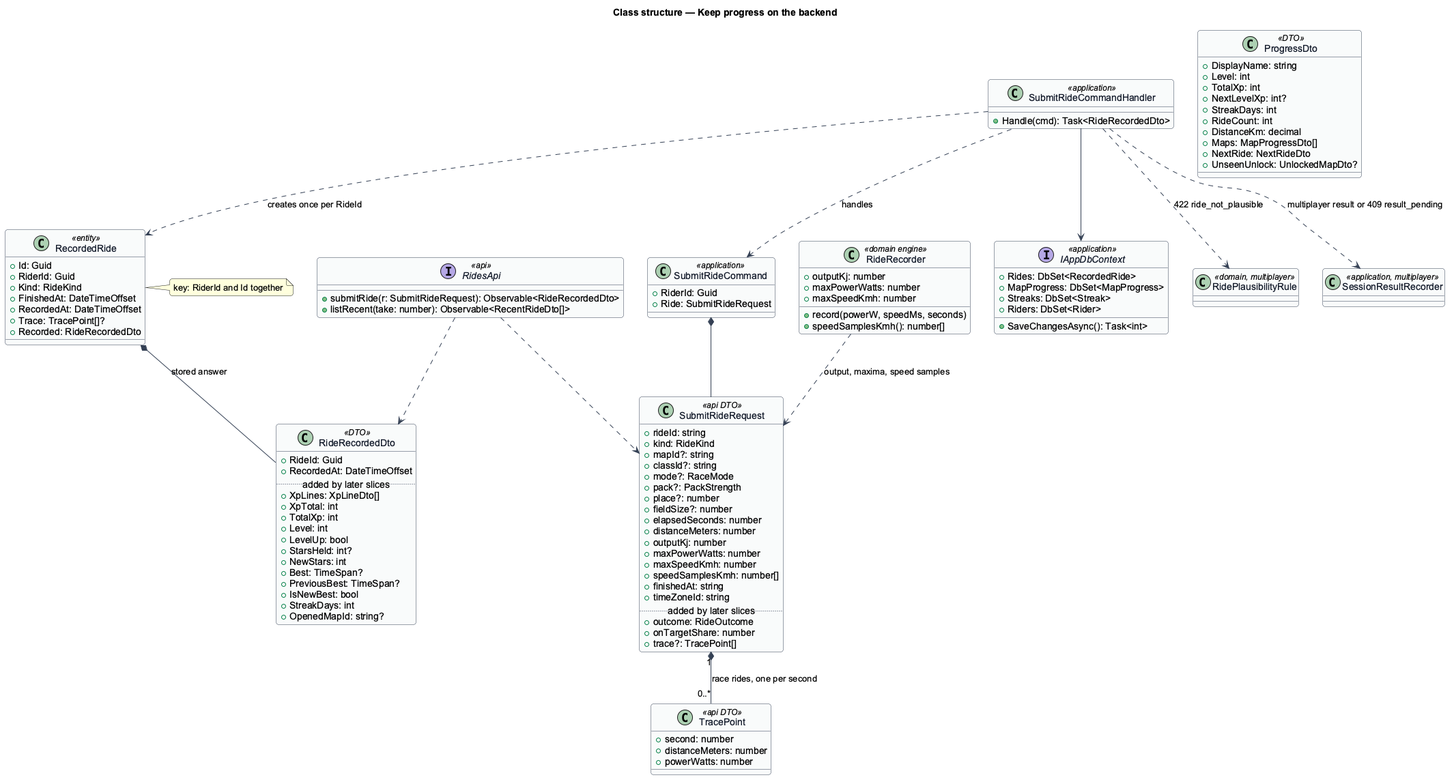
This is docs/detailed-designs/progression/keep-progress-on-the-backend/diagrams/class-structure.png from QuinntyneBrown/ride-one, a PlantUML export, as it was before one commit.
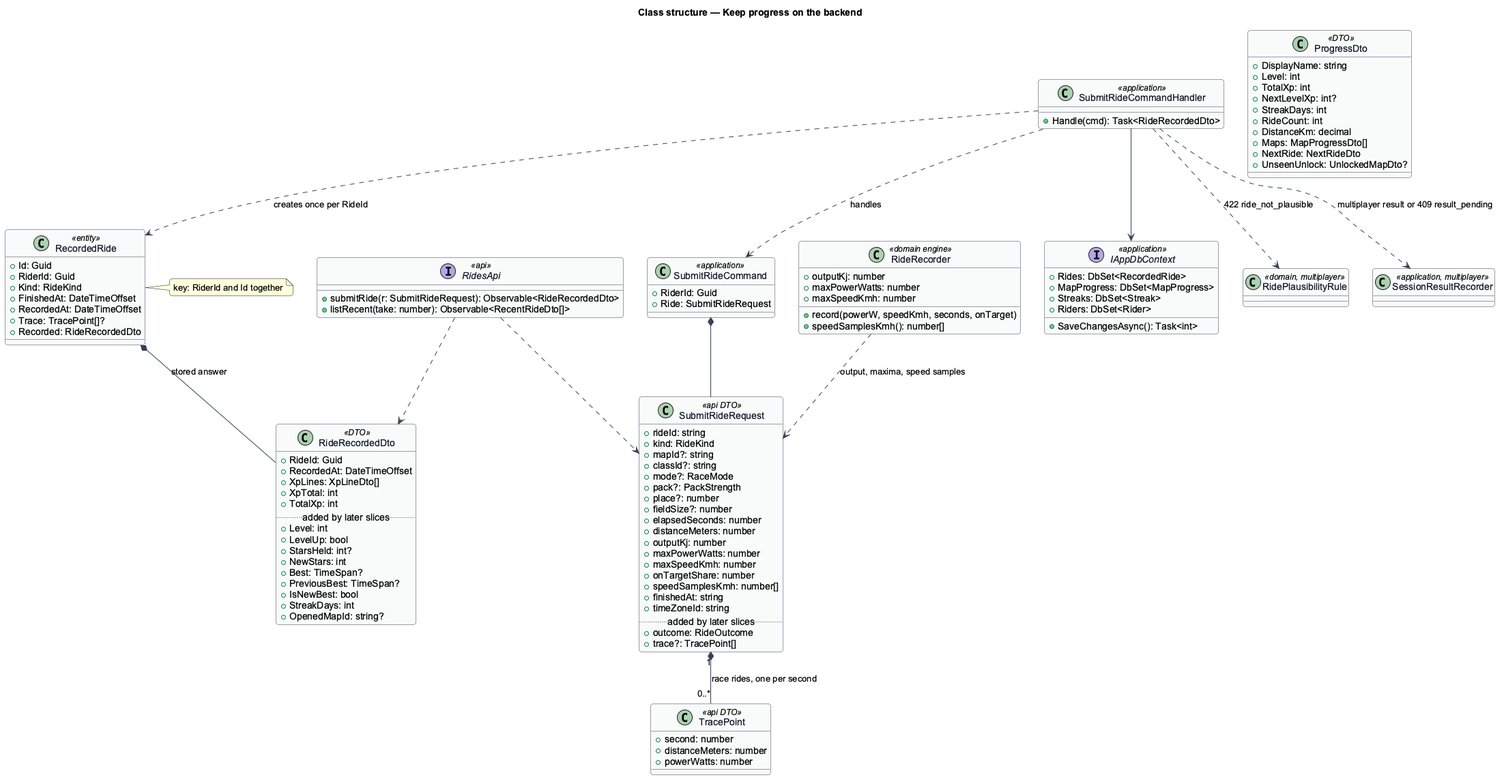
Above is the later version.

Diff of the diagram source:
```diff
@@ -24,16 +24,16 @@
   +outputKj: number
   +maxPowerWatts: number
   +maxSpeedKmh: number
+  +onTargetShare: number
   +speedSamplesKmh: number[]
   +finishedAt: string
   +timeZoneId: string
   .. added by later slices ..
   +outcome: RideOutcome
-  +onTargetShare: number
   +trace?: TracePoint[]
 }
 class RideRecorder <<domain engine>> {
-  +record(powerW, speedMs, seconds)
+  +record(powerW, speedKmh, seconds, onTarget)
   +outputKj: number
   +maxPowerWatts: number
   +maxSpeedKmh: number
@@ -64,10 +64,10 @@
 class RideRecordedDto <<DTO>> {
   +RideId: Guid
   +RecordedAt: DateTimeOffset
-  .. added by later slices ..
   +XpLines: XpLineDto[]
   +XpTotal: int
   +TotalXp: int
+  .. added by later slices ..
   +Level: int
   +LevelUp: bool
   +StarsHeld: int?
```
